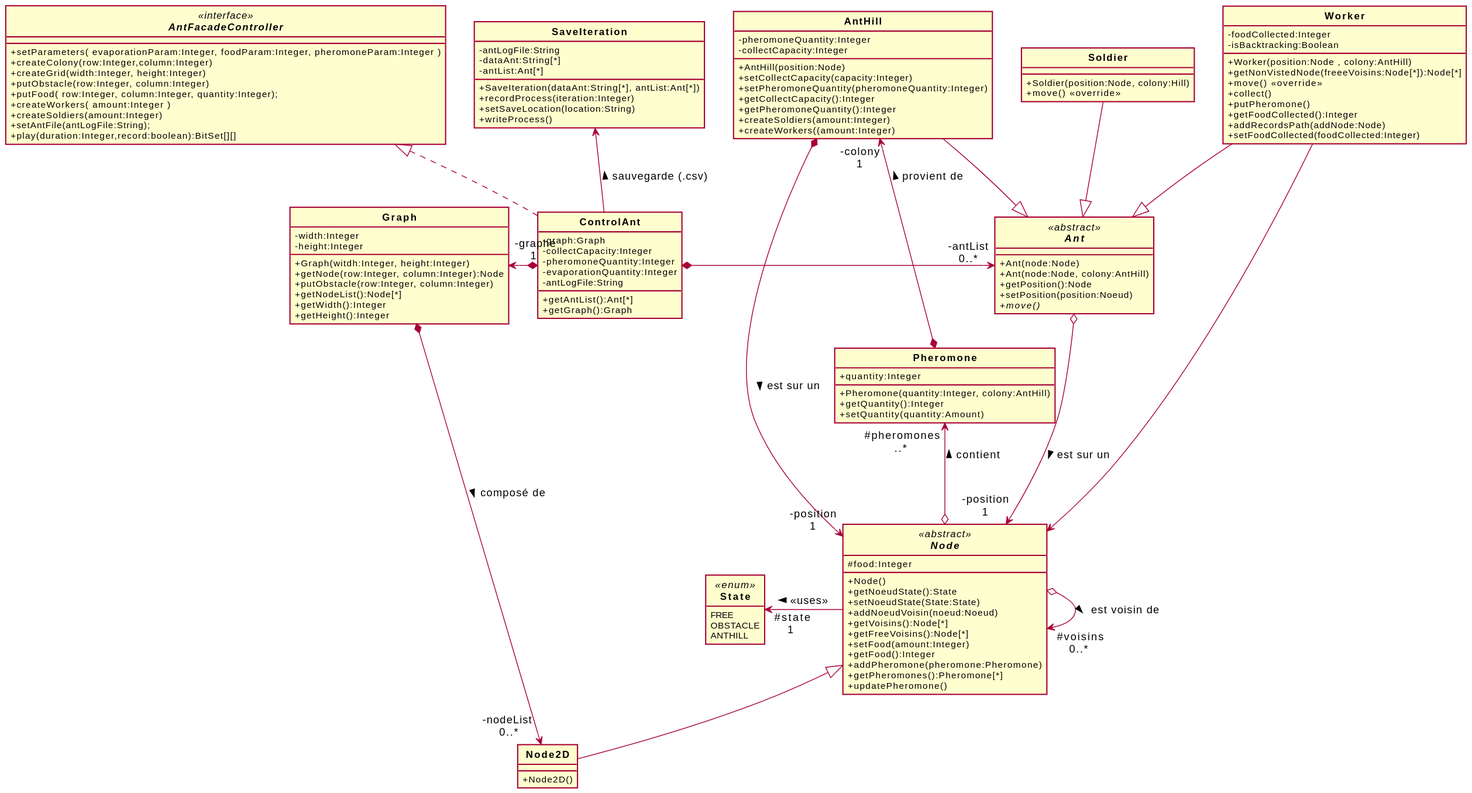
The PlantUML diagram Fourmis_DC_V2.svg in ErenMustafaGit/ColonieFourmis, before a commit. Source of this version:
```plantuml
@startuml
allow_mixing
skinparam style strictuml
skinparam classAttributeIconSize 0
skinparam circledCharacterRadius 0
skinparam circledCharacterFontSize 0
skinparam classFontStyle Bold
hide enum methods

interface AntFacadeController <<interface>> {
    +setParameters( evaporationParam:Integer, foodParam:Integer, pheromoneParam:Integer )
    +createColony(row:Integer,column:Integer)
    +createGrid(width:Integer, height:Integer)
    +putObstacle(row:Integer, column:Integer)
    +putFood( row:Integer, column:Integer, quantity:Integer);
    +createWorkers( amount:Integer )
    +createSoldiers(amount:Integer)
    +setAntFile(antLogFile:String);
    +play(duration:Integer,record:boolean):BitSet[][]
}


abstract class Node <<abstract>>{
    #food:Integer
    +Node()
    +getNoeudState():State
    +setNoeudState(State:State)
    +addNoeudVoisin(noeud:Noeud)
    +getVoisins():Node[*]
    +getFreeVoisins():Node[*]
    +setFood(amount:Integer)
    +getFood():Integer
    +addPheromone(pheromone:Pheromone)
    +getPheromones():Pheromone[*]
    +updatePheromone()
}

class Node2D extends Node{
   +Node2D()
}


enum State <<enum>> {
    FREE
    OBSTACLE
    ANTHILL
}

class Pheromone{
    +Pheromone(quantity:Integer, colony:AntHill)
    +quantity:Integer
    +getQuantity():Integer
    +setQuantity(quantity:Amount)
}


abstract Ant <<abstract>> {
    +Ant(node:Node)
    +Ant(node:Node, colony:AntHill)
    +getPosition():Node
    +setPosition(position:Noeud)
    {abstract} +move()
}
class AntHill{
    -pheromoneQuantity:Integer
    -collectCapacity:Integer
    +AntHill(position:Node)
    +setCollectCapacity(capacity:Integer)
    +setPheromoneQuantity(pheromoneQuantity:Integer)
    +getCollectCapacity():Integer
    +getPheromoneQuantity():Integer
    +createSoldiers(amount:Integer)
    +createWorkers((amount:Integer)
}
class Soldier{
    +Soldier(position:Node, colony:Hill)
    +move() <<override>>
}

class Worker {
    -foodCollected:Integer
    -isBacktracking:Boolean
    +Worker(position:Node , colony:AntHill)
    +getNonVistedNode(freeeVoisins:Node[*]):Node[*]
    +move() <<override>>
    +collect()
    +putPheromone()
    +getFoodCollected():Integer
    +addRecordsPath(addNode:Node)
    +setFoodCollected(foodCollected:Integer)
}


class ControlAnt implements AntFacadeController{
    -graph:Graph
    -collectCapacity:Integer
    -pheromoneQuantity:Integer
    -evaporationQuantity:Integer
    -antLogFile:String
    +getAntList():Ant[*]
    +getGraph():Graph
}

class SaveIteration {
    -antLogFile:String
    -dataAnt:String[*]
    -antList:Ant[*]
    +SaveIteration(dataAnt:String[*], antList:Ant[*])
    +recordProcess(iteration:Integer)
    +setSaveLocation(location:String)
    +writeProcess()
}


class Graph{
 -width:Integer
 -height:Integer
 +Graph(witdh:Integer, height:Integer)
 +getNode(row:Integer, column:Integer):Node
 +putObstacle(row:Integer, column:Integer)
 +getNodeList():Node[*]
 +getWidth():Integer
 +getHeight():Integer
}



SaveIteration <-- ControlAnt : sauvegarde (.csv) <

Soldier --|> Ant
Worker --|> Ant
AntHill --|> Ant

Worker --> Node

ControlAnt "-graphe\n1 " *-l-> Graph
ControlAnt  *-r-> "-antList\n0..*" Ant


Graph *--> "-nodeList \n0..*" Node2D : composé de >

Ant o---> "-position\n1" Node  : est sur un >
AntHill *--> "-position\n1" Node  : est sur un >
Node o-> " #voisins\n0..*"  Node  : est voisin de >

Node -l-> " #state\n1" State : <<uses>> >

Pheromone *-u-> "-colony\n1" AntHill : provient de >
Node o-l-> " #pheromones\n..*" Pheromone : contient >


@enduml
```
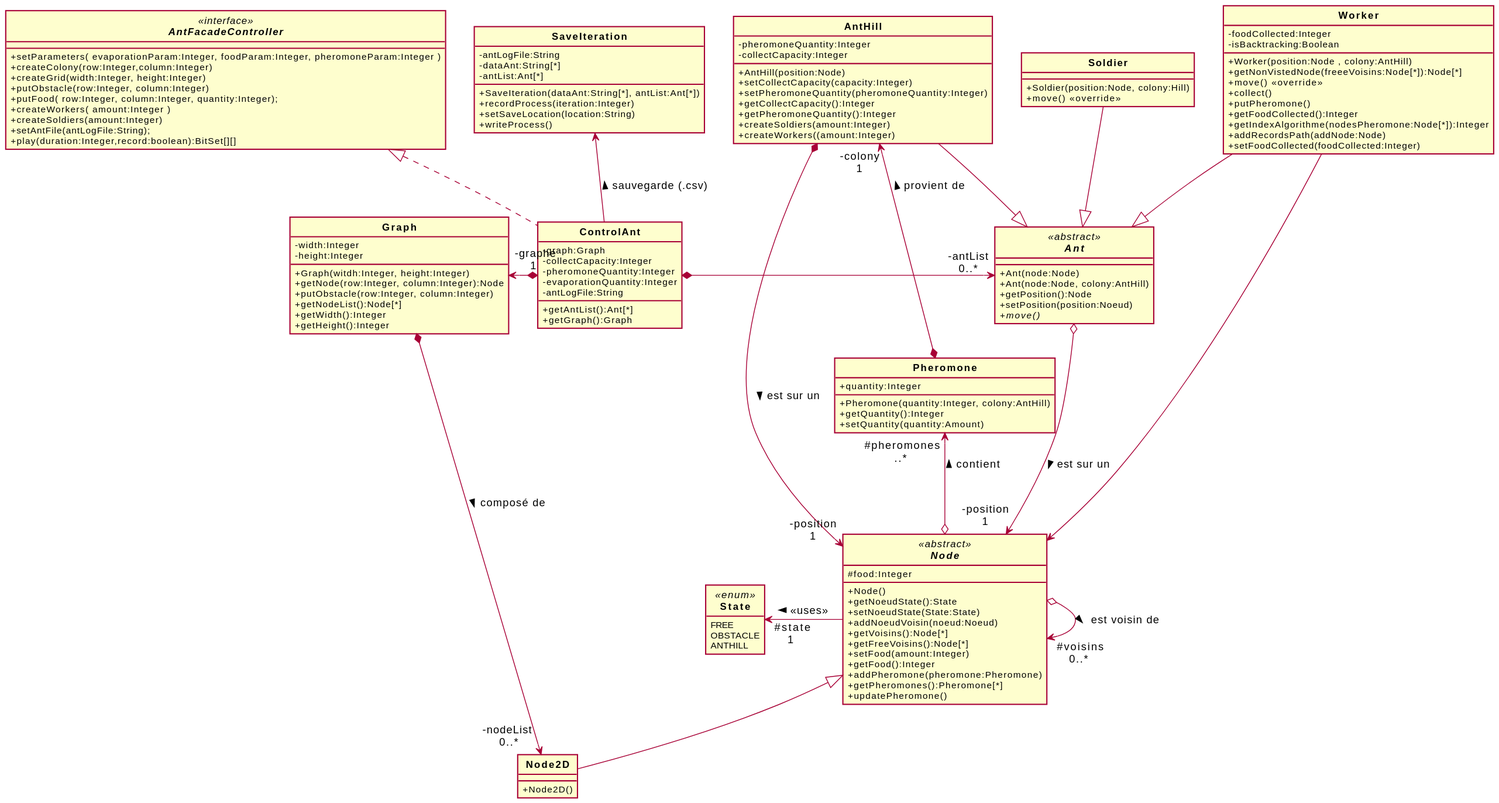
After the commit.

Commit message:
Ajout des commentaires nécessaire, et ajout de la fonction getIndexAlgorithme dans le diagrame de conception

The edit, as a diff of the source:
```diff
@@ -86,6 +86,7 @@
     +collect()
     +putPheromone()
     +getFoodCollected():Integer
+    +getIndexAlgorithme(nodesPheromone:Node[*]):Integer
     +addRecordsPath(addNode:Node)
     +setFoodCollected(foodCollected:Integer)
 }
```
